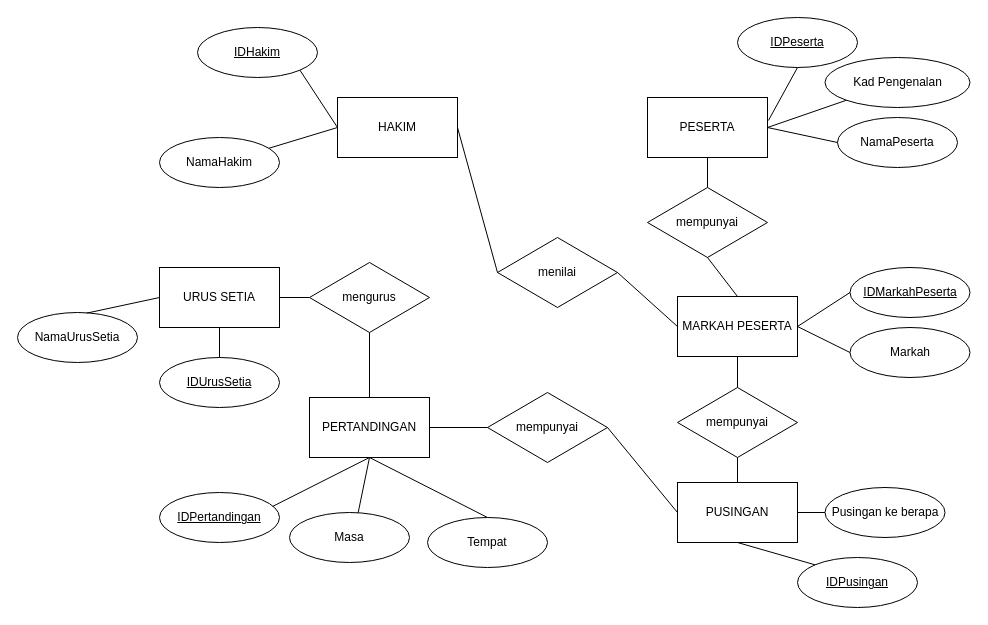
This is page "Page-2" (2 of 2) of SKProject.drawio from EzraChai/py, a draw.io file, before an edit. Source tidied: cells renumbered, new cells numbered last; positions are measured from the earlier drawing's top-left corner, leaving out a move shared by most shapes. Both pictures are drawn from the tidied source at 100%, with x=0, y=0 at pixel (17, 17).
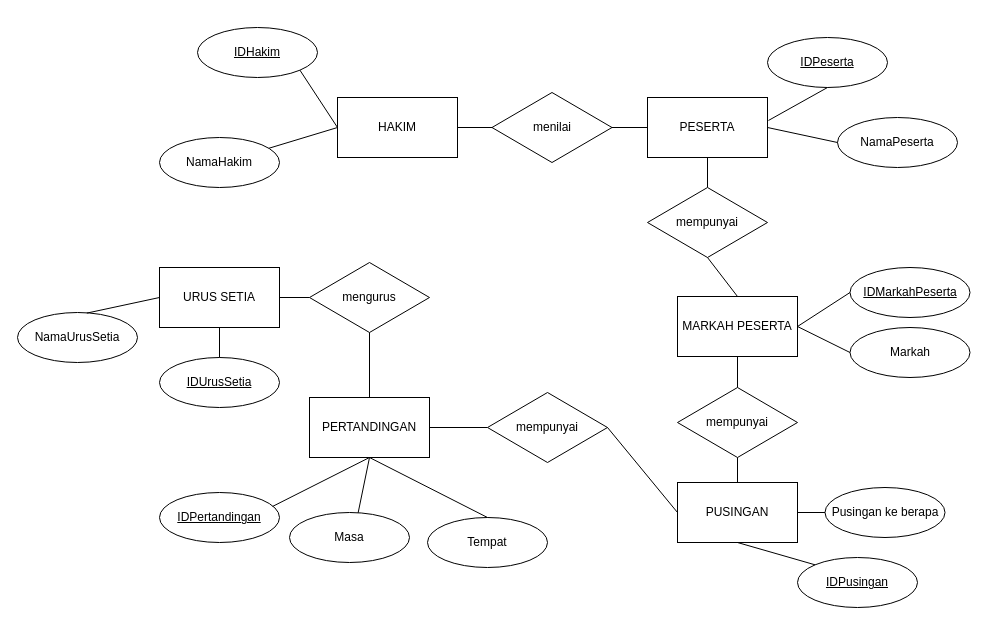
After the change.

Unchanged cells that the change refers to:
```xml
<mxCell id="9" value="PESERTA" style="rounded=0;whiteSpace=wrap;html=1;" parent="1" vertex="1">
  <mxGeometry x="630" y="80" width="120" height="60" as="geometry" />
</mxCell>
<mxCell id="43" value="MARKAH PESERTA" style="rounded=0;whiteSpace=wrap;html=1;" parent="1" vertex="1">
  <mxGeometry x="660" y="279" width="120" height="60" as="geometry" />
</mxCell>
```

Diff of the diagram source:
```diff
@@
     <mxCell id="3" value="menilai" style="rhombus;whiteSpace=wrap;html=1;" parent="1" vertex="1">
-      <mxGeometry x="480" y="220" width="120" height="70" as="geometry" />
+      <mxGeometry x="474.5" y="75" width="120" height="70" as="geometry" />
     </mxCell>
@@
-    <mxCell id="10" value="Kad Pengenalan&lt;u&gt;&lt;br&gt;&lt;/u&gt;" style="ellipse;whiteSpace=wrap;html=1;" parent="1" vertex="1">
-      <mxGeometry x="807.5" y="40" width="145" height="50" as="geometry" />
-    </mxCell>
-    <mxCell id="11" style="endArrow=none;html=1;rounded=0;entryX=1;entryY=0.5;entryDx=0;entryDy=0;exitX=0;exitY=1;exitDx=0;exitDy=0;" parent="1" edge="1" source="10" target="9">
-      <mxGeometry relative="1" as="geometry" />
-    </mxCell>
@@
     <mxCell id="40" value="&lt;div&gt;&lt;u&gt;IDPeserta&lt;/u&gt;&lt;/div&gt;" style="ellipse;whiteSpace=wrap;html=1;" parent="1" vertex="1">
-      <mxGeometry x="720" width="120" height="50" as="geometry" />
+      <mxGeometry x="750" y="20" width="120" height="50" as="geometry" />
     </mxCell>
@@
-    <mxCell id="48" style="endArrow=none;html=1;rounded=0;entryX=0;entryY=0.5;entryDx=0;entryDy=0;exitX=1;exitY=0.5;exitDx=0;exitDy=0;" parent="1" edge="1" source="3" target="43">
+    <mxCell id="48" style="endArrow=none;html=1;rounded=0;entryX=0;entryY=0.5;entryDx=0;entryDy=0;exitX=1;exitY=0.5;exitDx=0;exitDy=0;" parent="1" edge="1" source="3" target="9">
       <mxGeometry relative="1" as="geometry" />
     </mxCell>
```
